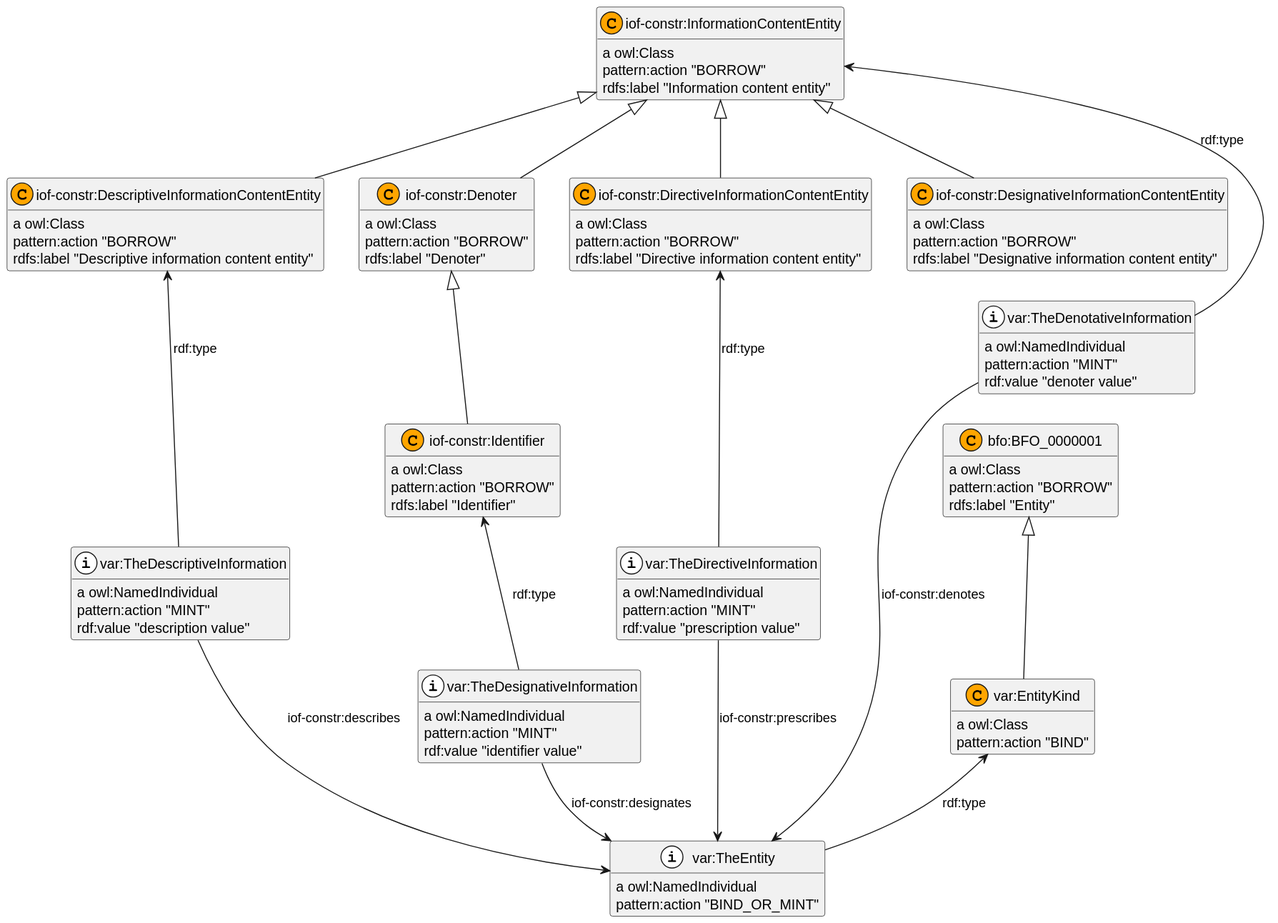
The PlantUML diagram patterns/images/pattern-information-about-all.svg in johanwk/elot, before a commit.
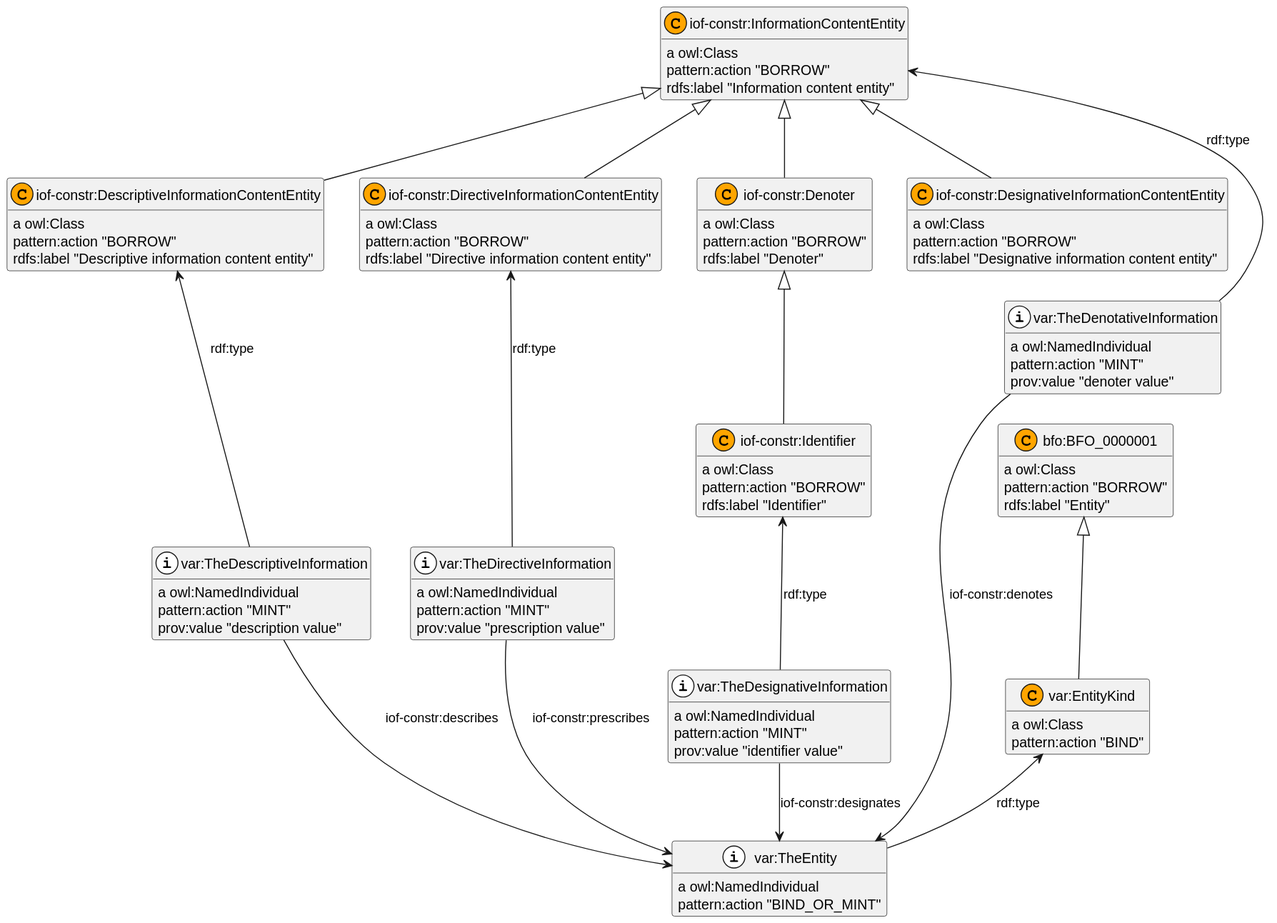
Later version of the same file.

Commit message:
update to get prov:value instead of rdf:value

Diff of the diagram source:
```diff
@@ -42,20 +42,26 @@
 class var_TheDirectiveInformation as "var:TheDirectiveInformation"
 class var_TheDirectiveInformation <<(i,White)>>
 show var_TheDirectiveInformation circle
+bfo_BFO_0000001 : {field} a owl:Class
+bfo_BFO_0000001 : {field} pattern:action "BORROW"
+bfo_BFO_0000001 : {field} rdfs:label "Entity"
+var_TheDenotativeInformation : {field} a owl:NamedIndividual
+var_TheDenotativeInformation -down-> var_TheEntity : iof-constr:denotes
+var_TheDenotativeInformation -up-> iof_constr_InformationContentEntity : rdf:type
+var_TheDenotativeInformation : {field} pattern:action "MINT"
+var_TheDenotativeInformation : {field} prov:value "denoter value"
 var_TheDesignativeInformation : {field} a owl:NamedIndividual
+var_TheDesignativeInformation -up-> iof_constr_Identifier : rdf:type
 var_TheDesignativeInformation -down-> var_TheEntity : iof-constr:designates
-var_TheDesignativeInformation -up-> iof_constr_Identifier : rdf:type
 var_TheDesignativeInformation : {field} pattern:action "MINT"
-var_TheDesignativeInformation : {field} rdf:value "identifier value"
-iof_constr_Denoter : {field} a owl:Class
-iof_constr_Denoter -up-|> iof_constr_InformationContentEntity
-iof_constr_Denoter : {field} pattern:action "BORROW"
-iof_constr_Denoter : {field} rdfs:label "Denoter"
-var_TheDirectiveInformation : {field} a owl:NamedIndividual
-var_TheDirectiveInformation -up-> iof_constr_DirectiveInformationContentEntity : rdf:type
-var_TheDirectiveInformation -down-> var_TheEntity : iof-constr:prescribes
-var_TheDirectiveInformation : {field} pattern:action "MINT"
-var_TheDirectiveInformation : {field} rdf:value "prescription value"
+var_TheDesignativeInformation : {field} prov:value "identifier value"
+iof_constr_Identifier : {field} a owl:Class
+iof_constr_Identifier -up-|> iof_constr_Denoter
+iof_constr_Identifier : {field} pattern:action "BORROW"
+iof_constr_Identifier : {field} rdfs:label "Identifier"
+iof_constr_InformationContentEntity : {field} a owl:Class
+iof_constr_InformationContentEntity : {field} pattern:action "BORROW"
+iof_constr_InformationContentEntity : {field} rdfs:label "Information content entity"
 iof_constr_DescriptiveInformationContentEntity : {field} a owl:Class
 iof_constr_DescriptiveInformationContentEntity -up-|> iof_constr_InformationContentEntity
 iof_constr_DescriptiveInformationContentEntity : {field} pattern:action "BORROW"
@@ -63,35 +69,29 @@
 var_TheEntity : {field} a owl:NamedIndividual
 var_TheEntity -up-> var_EntityKind : rdf:type
 var_TheEntity : {field} pattern:action "BIND_OR_MINT"
-var_TheDenotativeInformation : {field} a owl:NamedIndividual
-var_TheDenotativeInformation -up-> iof_constr_InformationContentEntity : rdf:type
-var_TheDenotativeInformation -down-> var_TheEntity : iof-constr:denotes
-var_TheDenotativeInformation : {field} pattern:action "MINT"
-var_TheDenotativeInformation : {field} rdf:value "denoter value"
+var_TheDirectiveInformation : {field} a owl:NamedIndividual
+var_TheDirectiveInformation -down-> var_TheEntity : iof-constr:prescribes
+var_TheDirectiveInformation -up-> iof_constr_DirectiveInformationContentEntity : rdf:type
+var_TheDirectiveInformation : {field} pattern:action "MINT"
+var_TheDirectiveInformation : {field} prov:value "prescription value"
+iof_constr_DirectiveInformationContentEntity : {field} a owl:Class
+iof_constr_DirectiveInformationContentEntity -up-|> iof_constr_InformationContentEntity
+iof_constr_DirectiveInformationContentEntity : {field} pattern:action "BORROW"
+iof_constr_DirectiveInformationContentEntity : {field} rdfs:label "Directive information content entity"
+var_TheDescriptiveInformation : {field} a owl:NamedIndividual
+var_TheDescriptiveInformation -up-> iof_constr_DescriptiveInformationContentEntity : rdf:type
+var_TheDescriptiveInformation -down-> var_TheEntity : iof-constr:describes
+var_TheDescriptiveInformation : {field} pattern:action "MINT"
+var_TheDescriptiveInformation : {field} prov:value "description value"
+var_EntityKind : {field} a owl:Class
+var_EntityKind -up-|> bfo_BFO_0000001
+var_EntityKind : {field} pattern:action "BIND"
+iof_constr_Denoter : {field} a owl:Class
+iof_constr_Denoter -up-|> iof_constr_InformationContentEntity
+iof_constr_Denoter : {field} pattern:action "BORROW"
+iof_constr_Denoter : {field} rdfs:label "Denoter"
 iof_constr_DesignativeInformationContentEntity : {field} a owl:Class
 iof_constr_DesignativeInformationContentEntity -up-|> iof_constr_InformationContentEntity
 iof_constr_DesignativeInformationContentEntity : {field} pattern:action "BORROW"
 iof_constr_DesignativeInformationContentEntity : {field} rdfs:label "Designative information content entity"
-iof_constr_Identifier : {field} a owl:Class
-iof_constr_Identifier -up-|> iof_constr_Denoter
-iof_constr_Identifier : {field} pattern:action "BORROW"
-iof_constr_Identifier : {field} rdfs:label "Identifier"
-bfo_BFO_0000001 : {field} a owl:Class
-bfo_BFO_0000001 : {field} pattern:action "BORROW"
-bfo_BFO_0000001 : {field} rdfs:label "Entity"
-var_TheDescriptiveInformation : {field} a owl:NamedIndividual
-var_TheDescriptiveInformation -up-> iof_constr_DescriptiveInformationContentEntity : rdf:type
-var_TheDescriptiveInformation -down-> var_TheEntity : iof-constr:describes
-var_TheDescriptiveInformation : {field} pattern:action "MINT"
-var_TheDescriptiveInformation : {field} rdf:value "description value"
-var_EntityKind : {field} a owl:Class
-var_EntityKind -up-|> bfo_BFO_0000001
-var_EntityKind : {field} pattern:action "BIND"
-iof_constr_InformationContentEntity : {field} a owl:Class
-iof_constr_InformationContentEntity : {field} pattern:action "BORROW"
-iof_constr_InformationContentEntity : {field} rdfs:label "Information content entity"
-iof_constr_DirectiveInformationContentEntity : {field} a owl:Class
-iof_constr_DirectiveInformationContentEntity -up-|> iof_constr_InformationContentEntity
-iof_constr_DirectiveInformationContentEntity : {field} pattern:action "BORROW"
-iof_constr_DirectiveInformationContentEntity : {field} rdfs:label "Directive information content entity"
 @enduml
```
